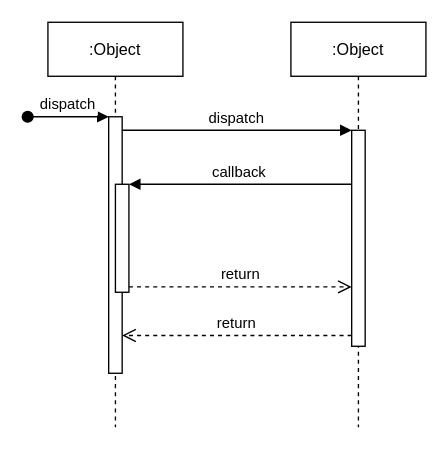
This is Untitled Diagram.drawio from daner20190523/web, a draw.io file, before an edit. Source tidied: cells renumbered, new cells numbered last; positions are measured from the earlier drawing's top-left corner, leaving out a move shared by most shapes. Both pictures are drawn from the tidied source at 135%, with x=0, y=0 at pixel (27, 22).
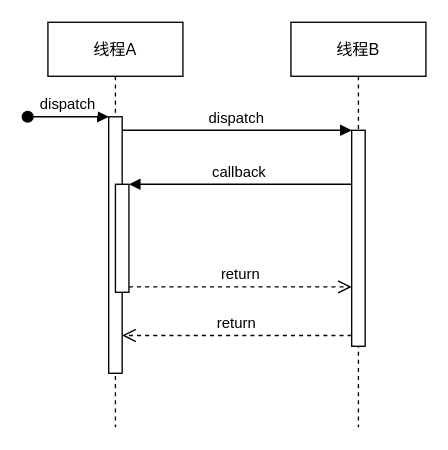
Above is the later version.

Change to the diagram source:
```diff
@@
 <mxGraphModel>
   <root>
     <mxCell id="0" />
     <mxCell id="1" parent="0" />
-    <mxCell id="2" value=":Object" style="shape=umlLifeline;perimeter=lifelinePerimeter;rounded=0;shadow=0;strokeWidth=1;" parent="1" vertex="1">
+    <mxCell id="2" value="线程A" style="shape=umlLifeline;perimeter=lifelinePerimeter;rounded=0;shadow=0;strokeWidth=1;" parent="1" vertex="1">
       <mxGeometry x="15" width="100" height="300" as="geometry" />
     </mxCell>
     <mxCell id="3" style="points=[];perimeter=orthogonalPerimeter;rounded=0;shadow=0;strokeWidth=1;" parent="2" vertex="1">
       <mxGeometry x="45" y="70" width="10" height="190" as="geometry" />
     </mxCell>
     <mxCell id="4" value="dispatch" style="verticalAlign=bottom;startArrow=oval;endArrow=block;startSize=8;shadow=0;strokeWidth=1;" parent="2" edge="1" target="3">
       <mxGeometry relative="1" as="geometry">
         <mxPoint x="-15" y="70" as="sourcePoint" />
       </mxGeometry>
     </mxCell>
     <mxCell id="5" style="points=[];perimeter=orthogonalPerimeter;rounded=0;shadow=0;strokeWidth=1;" parent="2" vertex="1">
       <mxGeometry x="50" y="120" width="10" height="80" as="geometry" />
     </mxCell>
-    <mxCell id="6" value=":Object" style="shape=umlLifeline;perimeter=lifelinePerimeter;rounded=0;shadow=0;strokeWidth=1;" parent="1" vertex="1">
+    <mxCell id="6" value="线程B" style="shape=umlLifeline;perimeter=lifelinePerimeter;rounded=0;shadow=0;strokeWidth=1;" parent="1" vertex="1">
       <mxGeometry x="195" width="100" height="300" as="geometry" />
     </mxCell>
     <mxCell id="7" style="points=[];perimeter=orthogonalPerimeter;rounded=0;shadow=0;strokeWidth=1;" parent="6" vertex="1">
       <mxGeometry x="45" y="80" width="10" height="160" as="geometry" />
     </mxCell>
     <mxCell id="8" value="return" style="verticalAlign=bottom;endArrow=open;dashed=1;endSize=8;exitX=0;exitY=0.95;shadow=0;strokeWidth=1;" parent="1" edge="1" source="7" target="3">
       <mxGeometry relative="1" as="geometry" />
     </mxCell>
     <mxCell id="9" value="dispatch" style="verticalAlign=bottom;endArrow=block;entryX=0;entryY=0;shadow=0;strokeWidth=1;" parent="1" edge="1" source="3" target="7">
       <mxGeometry relative="1" as="geometry" />
     </mxCell>
     <mxCell id="10" value="callback" style="verticalAlign=bottom;endArrow=block;entryX=1;entryY=0;shadow=0;strokeWidth=1;" parent="1" edge="1" source="7" target="5">
       <mxGeometry relative="1" as="geometry" />
     </mxCell>
     <mxCell id="11" value="return" style="verticalAlign=bottom;endArrow=open;dashed=1;endSize=8;exitX=1;exitY=0.95;shadow=0;strokeWidth=1;" parent="1" edge="1" source="5" target="7">
       <mxGeometry relative="1" as="geometry" />
     </mxCell>
   </root>
 </mxGraphModel>
```
